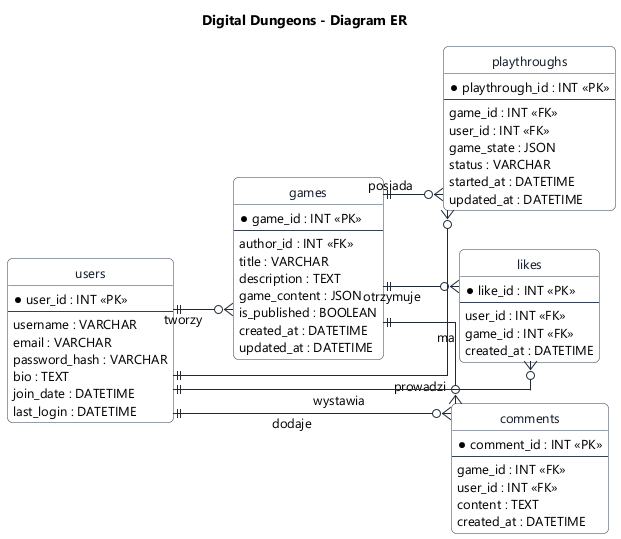
This is Praca Licencjacka/diagramy-plantuml/erd.png from NasiadkaMaciej/Digital-Dungeons, a PlantUML export, as it was before one commit.
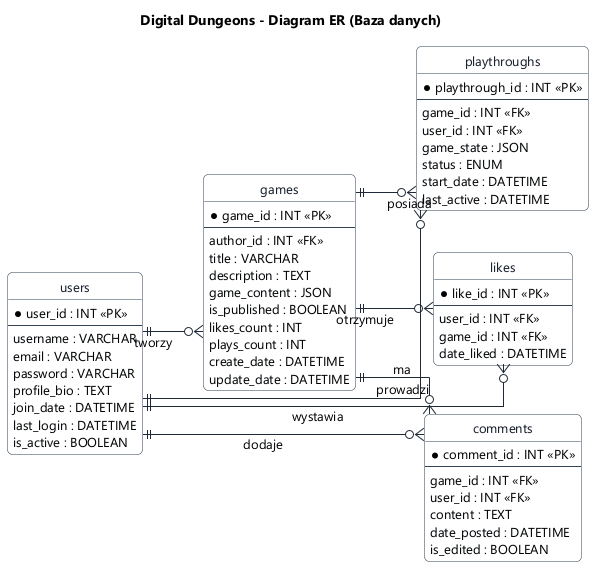
After the commit.

What changed in the source:
```diff
@@ -1,6 +1,6 @@
 @startuml
 !include style.iuml
-title Digital Dungeons - Diagram ER
+title Digital Dungeons - Diagram ER (Baza danych)
 left to right direction
 
 entity "users" as USERS {
@@ -8,10 +8,11 @@
   --
   username : VARCHAR
   email : VARCHAR
-  password_hash : VARCHAR
-  bio : TEXT
+  password : VARCHAR
+  profile_bio : TEXT
   join_date : DATETIME
   last_login : DATETIME
+  is_active : BOOLEAN
 }
 
 entity "games" as GAMES {
@@ -22,8 +23,10 @@
   description : TEXT
   game_content : JSON
   is_published : BOOLEAN
-  created_at : DATETIME
-  updated_at : DATETIME
+  likes_count : INT
+  plays_count : INT
+  create_date : DATETIME
+  update_date : DATETIME
 }
 
 entity "playthroughs" as PLAYTHROUGHS {
@@ -32,9 +35,9 @@
   game_id : INT <<FK>>
   user_id : INT <<FK>>
   game_state : JSON
-  status : VARCHAR
-  started_at : DATETIME
-  updated_at : DATETIME
+  status : ENUM
+  start_date : DATETIME
+  last_active : DATETIME
 }
 
 entity "likes" as LIKES {
@@ -42,7 +45,7 @@
   --
   user_id : INT <<FK>>
   game_id : INT <<FK>>
-  created_at : DATETIME
+  date_liked : DATETIME
 }
 
 entity "comments" as COMMENTS {
@@ -51,7 +54,8 @@
   game_id : INT <<FK>>
   user_id : INT <<FK>>
   content : TEXT
-  created_at : DATETIME
+  date_posted : DATETIME
+  is_edited : BOOLEAN
 }
 
 USERS ||--o{ GAMES : tworzy
```
